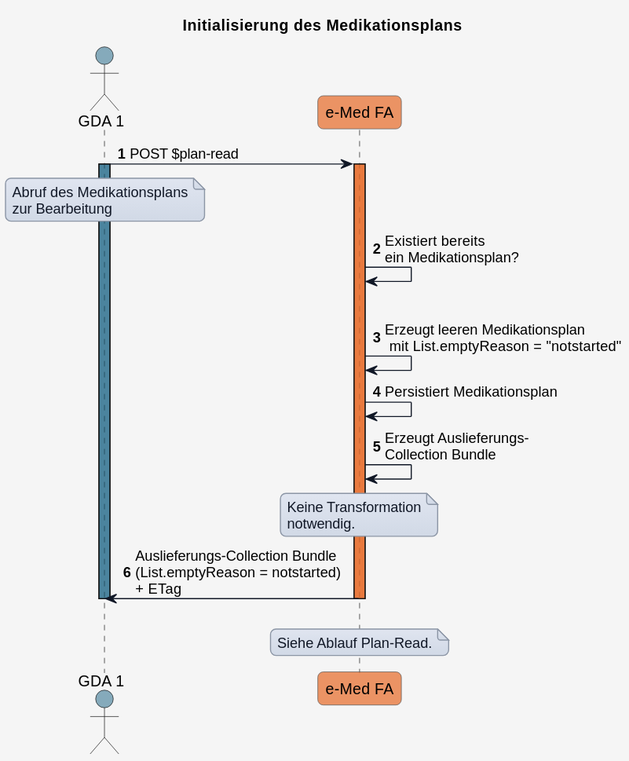
This is r4-ELGA-e-Medikation-main/plantuml/UC_eMed_06_01.svg from HL7Austria/hl7austria.github.io, a PlantUML export, as it was before one commit.
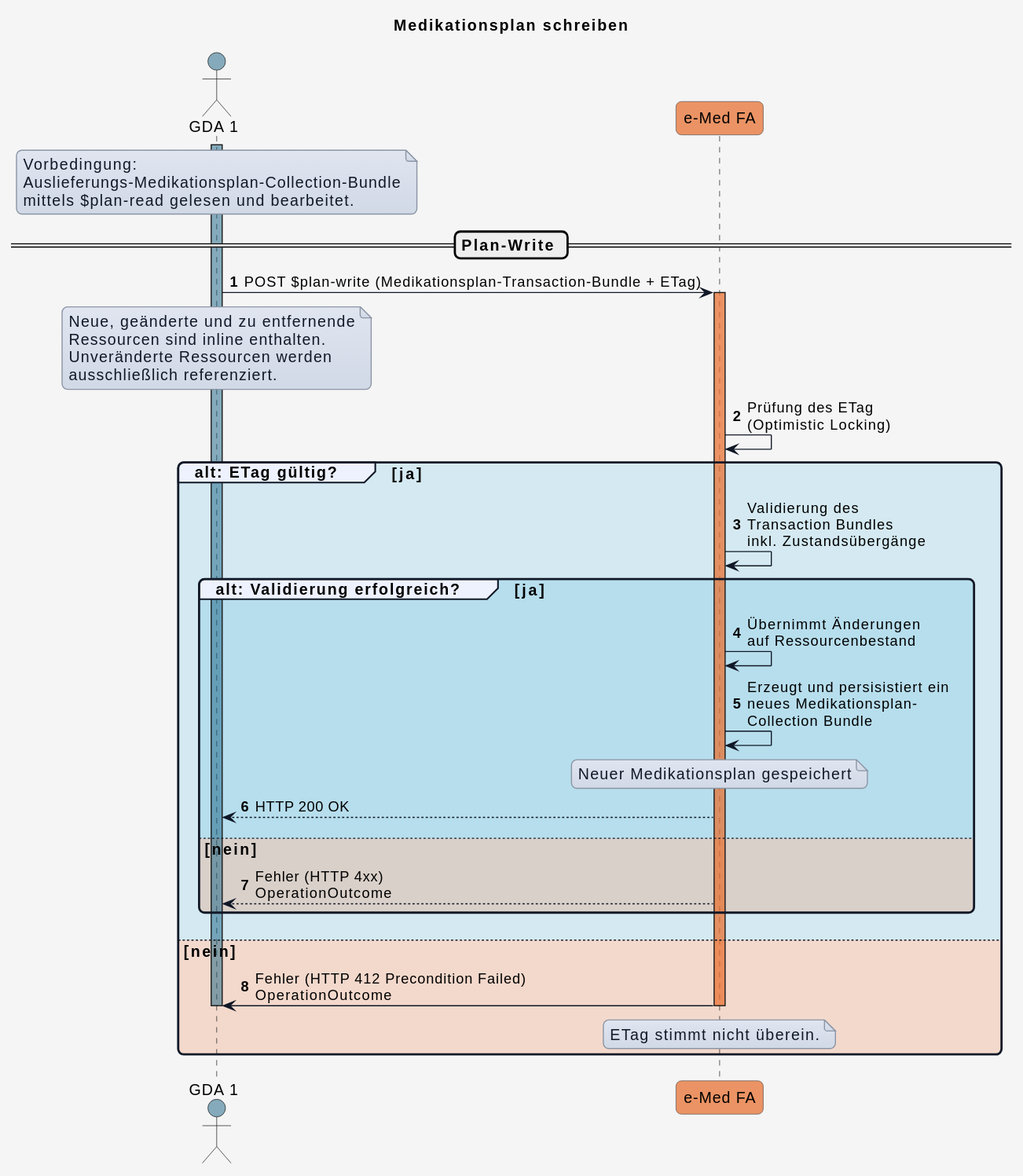
After the change.

The edit, as a diff of the source:
```diff
@@ -1,5 +1,5 @@
 @startuml
-title Initialisierung des Medikationsplans
+title Medikationsplan schreiben
 
 
 skinparam borderColor #000000
@@ -7,6 +7,7 @@
 skinparam shadowing false
 skinparam roundCorner 10
 skinparam defaultFontName "Arial"
+skinparam defaultFontSize 14
 skinparam defaultFontColor #000000
 skinparam HyperlinkColor #0000EE
 skinparam HyperlinkUnderline false
@@ -51,37 +52,61 @@
 actor GDA_1 as "GDA 1" COLOR_GDA_1
 participant eMed_FA as "e-Med FA" COLOR_EMED_FA
 
+
 autonumber
 
-GDA_1 -> eMed_FA: POST $plan-read
 activate GDA_1 COLOR_GDA_1
 
 note over GDA_1
-Abruf des Medikationsplans
-zur Bearbeitung
+Vorbedingung:
+Auslieferungs-Medikationsplan-Collection-Bundle
+mittels $plan-read gelesen und bearbeitet.
 end note
 
+== Plan-Write ==
+
+GDA_1 -> eMed_FA: POST $plan-write (Medikationsplan-Transaction-Bundle + ETag)
+
 activate eMed_FA COLOR_EMED_FA
-eMed_FA -> eMed_FA: Existiert bereits\nein Medikationsplan?
+note over GDA_1
+Neue, geänderte und zu entfernende
+Ressourcen sind inline enthalten.
+Unveränderte Ressourcen werden
+ausschließlich referenziert.
+end note
 
-alt COLOR_OK kein Medikationsplan persistiert
+eMed_FA -> eMed_FA: Prüfung des ETag\n(Optimistic Locking)
 
-  eMed_FA -> eMed_FA: Erzeugt leeren Medikationsplan\n mit List.emptyReason = "notstarted"
-  eMed_FA -> eMed_FA: Persistiert Medikationsplan
+group COLOR_OK alt: ETag gültig? [ja]
 
-  eMed_FA -> eMed_FA: Erzeugt Auslieferungs-\nCollection Bundle
-  note over eMed_FA
-  Keine Transformation
-  notwendig.
-  end note
-  eMed_FA -> GDA_1: Auslieferungs-Collection Bundle\n(List.emptyReason = notstarted)\n+ ETag
+  eMed_FA -> eMed_FA: Validierung des\nTransaction Bundles\ninkl. Zustandsübergänge
+
+  group COLOR_OK alt: Validierung erfolgreich? [ja]
+
+    eMed_FA -> eMed_FA: Übernimmt Änderungen\nauf Ressourcenbestand
+    eMed_FA -> eMed_FA: Erzeugt und persisistiert ein\nneues Medikationsplan-\nCollection Bundle
+
+    note over eMed_FA
+    Neuer Medikationsplan gespeichert
+    end note
+
+    eMed_FA --> GDA_1: HTTP 200 OK
+
+  else COLOR_ERROR nein
+
+   eMed_FA --> GDA_1: Fehler (HTTP 4xx)\nOperationOutcome
+
+   end
+
+else COLOR_ERROR nein
+
+  eMed_FA -> GDA_1: Fehler (HTTP 412 Precondition Failed)\nOperationOutcome
+
+    note over eMed_FA
+    ETag stimmt nicht überein.
+    end note
+
+  deactivate GDA_1
   deactivate eMed_FA
-
-
-else COLOR_ERROR Medikationsplan persistiert
-  note over eMed_FA
-  Siehe Ablauf Plan-Read.
-  end note
-
-deactivate GDA_1
+end
 @enduml
```
